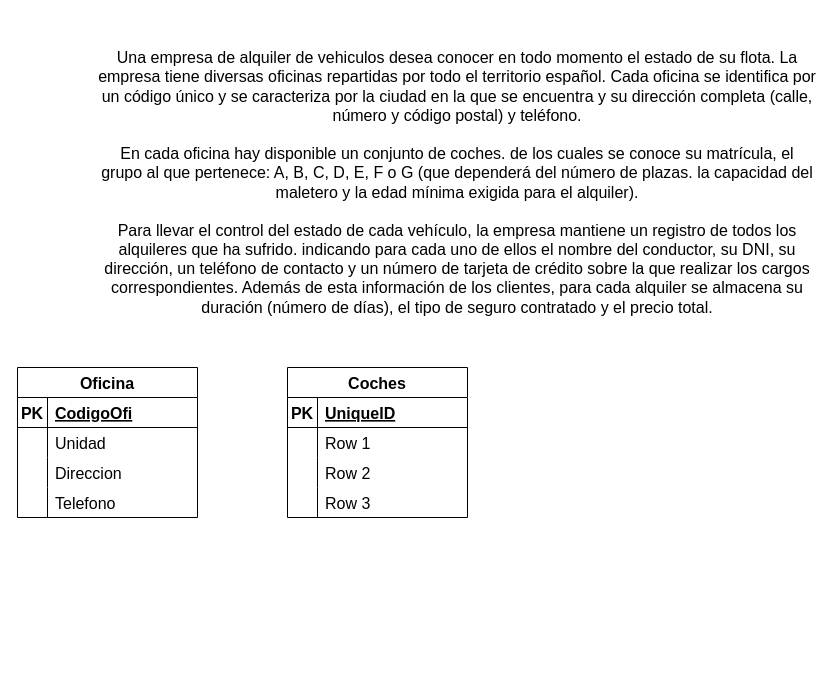
Above: Ejercicios de normalizacion/draw.io/Alquiler de vehiculos.drawio in Creator125/Practicas-BD-Cesde (draw.io), before the change. Source tidied: cells renumbered, new cells numbered last; positions are measured from the earlier drawing's top-left corner, leaving out a move shared by most shapes. Both pictures are drawn from the tidied source at 100%, with x=0, y=0 at pixel (17, 17).
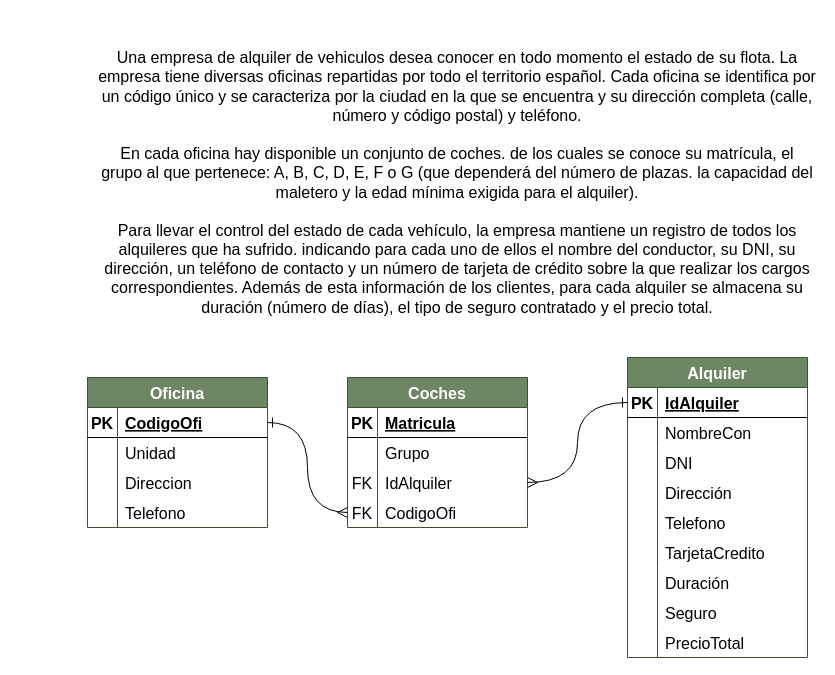
The same diagram, later.

The change refers to these unchanged cells:
```xml
<mxCell id="4" style="shape=tableRow;horizontal=0;startSize=0;swimlaneHead=0;swimlaneBody=0;fillColor=none;points=[[0,0.5],[1,0.5]];portConstraint=eastwest;top=0;left=0;right=0;bottom=1;fontSize=16;" parent="3" vertex="1">
  <mxGeometry y="30" width="180" height="30" as="geometry" />
</mxCell>
<mxCell id="17" style="shape=tableRow;horizontal=0;startSize=0;swimlaneHead=0;swimlaneBody=0;fillColor=none;top=0;left=0;right=0;bottom=1;fontSize=16;" parent="16" vertex="1">
  <mxGeometry y="30" width="180" height="30" as="geometry" />
</mxCell>
<mxCell id="20" style="shape=tableRow;horizontal=0;startSize=0;swimlaneHead=0;swimlaneBody=0;fillColor=none;top=0;left=0;right=0;bottom=0;fontSize=16;" parent="16" vertex="1">
  <mxGeometry y="60" width="180" height="30" as="geometry" />
</mxCell>
```

What changed in the source:
```diff
@@
-    <mxCell id="3" value="Oficina" style="shape=table;startSize=30;childLayout=tableLayout;rowLines=0;fontStyle=1;align=center;fontSize=16;" parent="1" vertex="1">
-      <mxGeometry y="350" width="180" height="150" as="geometry" />
+    <mxCell id="3" value="Oficina" style="shape=table;startSize=30;childLayout=tableLayout;rowLines=0;fontStyle=1;align=center;fontSize=16;fillColor=#6d8764;fontColor=#ffffff;strokeColor=#3A5431;" parent="1" vertex="1">
+      <mxGeometry x="70" y="360" width="180" height="150" as="geometry" />
     </mxCell>
@@
-    <mxCell id="16" value="Coches" style="shape=table;startSize=30;childLayout=tableLayout;rowLines=0;fontStyle=1;align=center;fontSize=16;" parent="1" vertex="1">
-      <mxGeometry x="270" y="350" width="180" height="150" as="geometry" />
+    <mxCell id="16" value="Coches" style="shape=table;startSize=30;childLayout=tableLayout;rowLines=0;fontStyle=1;align=center;fontSize=16;fillColor=#6d8764;fontColor=#ffffff;strokeColor=#3A5431;" parent="1" vertex="1">
+      <mxGeometry x="330" y="360" width="180" height="150" as="geometry" />
     </mxCell>
@@
-    <mxCell id="19" value="UniqueID" style="shape=partialRectangle;fillColor=none;top=0;left=0;bottom=0;right=0;align=left;spacingLeft=6;fontStyle=5;overflow=hidden;fontSize=16;" parent="17" vertex="1">
+    <mxCell id="19" value="Matricula" style="shape=partialRectangle;fillColor=none;top=0;left=0;bottom=0;right=0;align=left;spacingLeft=6;fontStyle=5;overflow=hidden;fontSize=16;" parent="17" vertex="1">
       <mxGeometry x="30" width="150" height="30" as="geometry" />
     </mxCell>
@@
-    <mxCell id="22" value="Row 1" style="shape=partialRectangle;fillColor=none;top=0;left=0;bottom=0;right=0;align=left;spacingLeft=6;overflow=hidden;fontSize=16;" parent="20" vertex="1">
+    <mxCell id="22" value="Grupo" style="shape=partialRectangle;fillColor=none;top=0;left=0;bottom=0;right=0;align=left;spacingLeft=6;overflow=hidden;fontSize=16;" parent="20" vertex="1">
       <mxGeometry x="30" width="150" height="30" as="geometry" />
     </mxCell>
-    <mxCell id="23" style="shape=tableRow;horizontal=0;startSize=0;swimlaneHead=0;swimlaneBody=0;fillColor=none;top=0;left=0;right=0;bottom=0;fontSize=16;" parent="16" vertex="1">
-      <mxGeometry y="90" width="180" height="30" as="geometry" />
-    </mxCell>
-    <mxCell id="24" style="shape=partialRectangle;fillColor=none;top=0;left=0;bottom=0;right=0;overflow=hidden;fontSize=16;" parent="23" vertex="1">
-      <mxGeometry width="30" height="30" as="geometry" />
-    </mxCell>
-    <mxCell id="25" value="Row 2" style="shape=partialRectangle;fillColor=none;top=0;left=0;bottom=0;right=0;align=left;spacingLeft=6;overflow=hidden;fontSize=16;" parent="23" vertex="1">
-      <mxGeometry x="30" width="150" height="30" as="geometry" />
-    </mxCell>
-    <mxCell id="26" style="shape=tableRow;horizontal=0;startSize=0;swimlaneHead=0;swimlaneBody=0;fillColor=none;top=0;left=0;right=0;bottom=0;fontSize=16;" parent="16" vertex="1">
-      <mxGeometry y="120" width="180" height="30" as="geometry" />
-    </mxCell>
-    <mxCell id="27" style="shape=partialRectangle;fillColor=none;top=0;left=0;bottom=0;right=0;overflow=hidden;fontSize=16;" parent="26" vertex="1">
-      <mxGeometry width="30" height="30" as="geometry" />
-    </mxCell>
-    <mxCell id="28" value="Row 3" style="shape=partialRectangle;fillColor=none;top=0;left=0;bottom=0;right=0;align=left;spacingLeft=6;overflow=hidden;fontSize=16;" parent="26" vertex="1">
-      <mxGeometry x="30" width="150" height="30" as="geometry" />
-    </mxCell>
+    <mxCell id="29" style="shape=tableRow;horizontal=0;startSize=0;swimlaneHead=0;swimlaneBody=0;fillColor=none;points=[[0,0.5],[1,0.5]];portConstraint=eastwest;top=0;left=0;right=0;bottom=0;fontSize=16;" parent="16" vertex="1">
+      <mxGeometry y="90" width="180" height="30" as="geometry" />
+    </mxCell>
+    <mxCell id="30" value="FK" style="shape=partialRectangle;fillColor=none;top=0;left=0;bottom=0;right=0;overflow=hidden;fontSize=16;" parent="29" vertex="1">
+      <mxGeometry width="30" height="30" as="geometry" />
+    </mxCell>
+    <mxCell id="31" value="IdAlquiler" style="shape=partialRectangle;fillColor=none;top=0;left=0;bottom=0;right=0;align=left;spacingLeft=6;overflow=hidden;fontSize=16;" parent="29" vertex="1">
+      <mxGeometry x="30" width="150" height="30" as="geometry" />
+    </mxCell>
+    <mxCell id="32" style="shape=tableRow;horizontal=0;startSize=0;swimlaneHead=0;swimlaneBody=0;fillColor=none;points=[[0,0.5],[1,0.5]];portConstraint=eastwest;top=0;left=0;right=0;bottom=0;fontSize=16;" parent="16" vertex="1">
+      <mxGeometry y="120" width="180" height="30" as="geometry" />
+    </mxCell>
+    <mxCell id="33" value="FK" style="shape=partialRectangle;fillColor=none;top=0;left=0;bottom=0;right=0;overflow=hidden;fontSize=16;" parent="32" vertex="1">
+      <mxGeometry width="30" height="30" as="geometry" />
+    </mxCell>
+    <mxCell id="34" value="CodigoOfi" style="shape=partialRectangle;fillColor=none;top=0;left=0;bottom=0;right=0;align=left;spacingLeft=6;overflow=hidden;fontSize=16;" parent="32" vertex="1">
+      <mxGeometry x="30" width="150" height="30" as="geometry" />
+    </mxCell>
+    <mxCell id="35" value="Alquiler" style="shape=table;startSize=30;childLayout=tableLayout;rowLines=0;fontStyle=1;align=center;fontSize=16;fillColor=#6d8764;fontColor=#ffffff;strokeColor=#3A5431;" parent="1" vertex="1">
+      <mxGeometry x="610" y="340" width="180" height="300" as="geometry" />
+    </mxCell>
+    <mxCell id="36" style="shape=tableRow;horizontal=0;startSize=0;swimlaneHead=0;swimlaneBody=0;fillColor=none;points=[[0,0.5],[1,0.5]];portConstraint=eastwest;top=0;left=0;right=0;bottom=1;fontSize=16;" parent="35" vertex="1">
+      <mxGeometry y="30" width="180" height="30" as="geometry" />
+    </mxCell>
+    <mxCell id="37" value="PK" style="shape=partialRectangle;fillColor=none;top=0;left=0;bottom=0;right=0;fontStyle=1;overflow=hidden;fontSize=16;" parent="36" vertex="1">
+      <mxGeometry width="30" height="30" as="geometry" />
+    </mxCell>
+    <mxCell id="38" value="ldAlquiler" style="shape=partialRectangle;fillColor=none;top=0;left=0;bottom=0;right=0;align=left;spacingLeft=6;fontStyle=5;overflow=hidden;fontSize=16;" parent="36" vertex="1">
+      <mxGeometry x="30" width="150" height="30" as="geometry" />
+    </mxCell>
+    <mxCell id="39" style="shape=tableRow;horizontal=0;startSize=0;swimlaneHead=0;swimlaneBody=0;fillColor=none;top=0;left=0;right=0;bottom=0;fontSize=16;" parent="35" vertex="1">
+      <mxGeometry y="60" width="180" height="30" as="geometry" />
+    </mxCell>
+    <mxCell id="40" style="shape=partialRectangle;fillColor=none;top=0;left=0;bottom=0;right=0;overflow=hidden;fontSize=16;" parent="39" vertex="1">
+      <mxGeometry width="30" height="30" as="geometry" />
+    </mxCell>
+    <mxCell id="41" value="NombreCon" style="shape=partialRectangle;fillColor=none;top=0;left=0;bottom=0;right=0;align=left;spacingLeft=6;overflow=hidden;fontSize=16;" parent="39" vertex="1">
+      <mxGeometry x="30" width="150" height="30" as="geometry" />
+    </mxCell>
+    <mxCell id="42" style="shape=tableRow;horizontal=0;startSize=0;swimlaneHead=0;swimlaneBody=0;fillColor=none;top=0;left=0;right=0;bottom=0;fontSize=16;" parent="35" vertex="1">
+      <mxGeometry y="90" width="180" height="30" as="geometry" />
+    </mxCell>
+    <mxCell id="43" style="shape=partialRectangle;fillColor=none;top=0;left=0;bottom=0;right=0;overflow=hidden;fontSize=16;" parent="42" vertex="1">
+      <mxGeometry width="30" height="30" as="geometry" />
+    </mxCell>
+    <mxCell id="44" value="DNI" style="shape=partialRectangle;fillColor=none;top=0;left=0;bottom=0;right=0;align=left;spacingLeft=6;overflow=hidden;fontSize=16;" parent="42" vertex="1">
+      <mxGeometry x="30" width="150" height="30" as="geometry" />
+    </mxCell>
+    <mxCell id="45" style="shape=tableRow;horizontal=0;startSize=0;swimlaneHead=0;swimlaneBody=0;fillColor=none;top=0;left=0;right=0;bottom=0;fontSize=16;" parent="35" vertex="1">
+      <mxGeometry y="120" width="180" height="30" as="geometry" />
+    </mxCell>
+    <mxCell id="46" style="shape=partialRectangle;fillColor=none;top=0;left=0;bottom=0;right=0;overflow=hidden;fontSize=16;" parent="45" vertex="1">
+      <mxGeometry width="30" height="30" as="geometry" />
+    </mxCell>
+    <mxCell id="47" value="Dirección" style="shape=partialRectangle;fillColor=none;top=0;left=0;bottom=0;right=0;align=left;spacingLeft=6;overflow=hidden;fontSize=16;" parent="45" vertex="1">
+      <mxGeometry x="30" width="150" height="30" as="geometry" />
+    </mxCell>
+    <mxCell id="48" style="shape=tableRow;horizontal=0;startSize=0;swimlaneHead=0;swimlaneBody=0;fillColor=none;top=0;left=0;right=0;bottom=0;fontSize=16;" parent="35" vertex="1">
+      <mxGeometry y="150" width="180" height="30" as="geometry" />
+    </mxCell>
+    <mxCell id="49" style="shape=partialRectangle;fillColor=none;top=0;left=0;bottom=0;right=0;overflow=hidden;fontSize=16;" parent="48" vertex="1">
+      <mxGeometry width="30" height="30" as="geometry" />
+    </mxCell>
+    <mxCell id="50" value="Telefono" style="shape=partialRectangle;fillColor=none;top=0;left=0;bottom=0;right=0;align=left;spacingLeft=6;overflow=hidden;fontSize=16;" parent="48" vertex="1">
+      <mxGeometry x="30" width="150" height="30" as="geometry" />
+    </mxCell>
+    <mxCell id="51" style="shape=tableRow;horizontal=0;startSize=0;swimlaneHead=0;swimlaneBody=0;fillColor=none;top=0;left=0;right=0;bottom=0;fontSize=16;" parent="35" vertex="1">
+      <mxGeometry y="180" width="180" height="30" as="geometry" />
+    </mxCell>
+    <mxCell id="52" style="shape=partialRectangle;fillColor=none;top=0;left=0;bottom=0;right=0;overflow=hidden;fontSize=16;" parent="51" vertex="1">
+      <mxGeometry width="30" height="30" as="geometry" />
+    </mxCell>
+    <mxCell id="53" value="TarjetaCredito" style="shape=partialRectangle;fillColor=none;top=0;left=0;bottom=0;right=0;align=left;spacingLeft=6;overflow=hidden;fontSize=16;" parent="51" vertex="1">
+      <mxGeometry x="30" width="150" height="30" as="geometry" />
+    </mxCell>
+    <mxCell id="54" style="shape=tableRow;horizontal=0;startSize=0;swimlaneHead=0;swimlaneBody=0;fillColor=none;top=0;left=0;right=0;bottom=0;fontSize=16;" parent="35" vertex="1">
+      <mxGeometry y="210" width="180" height="30" as="geometry" />
+    </mxCell>
+    <mxCell id="55" style="shape=partialRectangle;fillColor=none;top=0;left=0;bottom=0;right=0;overflow=hidden;fontSize=16;" parent="54" vertex="1">
+      <mxGeometry width="30" height="30" as="geometry" />
+    </mxCell>
+    <mxCell id="56" value="Duración" style="shape=partialRectangle;fillColor=none;top=0;left=0;bottom=0;right=0;align=left;spacingLeft=6;overflow=hidden;fontSize=16;" parent="54" vertex="1">
+      <mxGeometry x="30" width="150" height="30" as="geometry" />
+    </mxCell>
+    <mxCell id="57" style="shape=tableRow;horizontal=0;startSize=0;swimlaneHead=0;swimlaneBody=0;fillColor=none;top=0;left=0;right=0;bottom=0;fontSize=16;" parent="35" vertex="1">
+      <mxGeometry y="240" width="180" height="30" as="geometry" />
+    </mxCell>
+    <mxCell id="58" style="shape=partialRectangle;fillColor=none;top=0;left=0;bottom=0;right=0;overflow=hidden;fontSize=16;" parent="57" vertex="1">
+      <mxGeometry width="30" height="30" as="geometry" />
+    </mxCell>
+    <mxCell id="59" value="Seguro" style="shape=partialRectangle;fillColor=none;top=0;left=0;bottom=0;right=0;align=left;spacingLeft=6;overflow=hidden;fontSize=16;" parent="57" vertex="1">
+      <mxGeometry x="30" width="150" height="30" as="geometry" />
+    </mxCell>
+    <mxCell id="60" style="shape=tableRow;horizontal=0;startSize=0;swimlaneHead=0;swimlaneBody=0;fillColor=none;top=0;left=0;right=0;bottom=0;fontSize=16;" parent="35" vertex="1">
+      <mxGeometry y="270" width="180" height="30" as="geometry" />
+    </mxCell>
+    <mxCell id="61" style="shape=partialRectangle;fillColor=none;top=0;left=0;bottom=0;right=0;overflow=hidden;fontSize=16;" parent="60" vertex="1">
+      <mxGeometry width="30" height="30" as="geometry" />
+    </mxCell>
+    <mxCell id="62" value="PrecioTotal" style="shape=partialRectangle;fillColor=none;top=0;left=0;bottom=0;right=0;align=left;spacingLeft=6;overflow=hidden;fontSize=16;" parent="60" vertex="1">
+      <mxGeometry x="30" width="150" height="30" as="geometry" />
+    </mxCell>
+    <mxCell id="63" style="edgeStyle=orthogonalEdgeStyle;curved=1;rounded=0;jettySize=auto;html=1;entryX=1;entryY=0.5;entryDx=0;entryDy=0;fontSize=12;startSize=8;endSize=8;exitX=0;exitY=0.5;exitDx=0;exitDy=0;startArrow=ERone;startFill=0;endArrow=ERmany;endFill=0;" parent="1" edge="1" source="36" target="29">
+      <mxGeometry relative="1" as="geometry" />
+    </mxCell>
+    <mxCell id="64" style="edgeStyle=orthogonalEdgeStyle;curved=1;rounded=0;jettySize=auto;html=1;entryX=0;entryY=0.5;entryDx=0;entryDy=0;fontSize=12;startArrow=ERone;startFill=0;endArrow=ERmany;endFill=0;startSize=8;endSize=8;" parent="1" edge="1" source="4" target="32">
+      <mxGeometry relative="1" as="geometry" />
+    </mxCell>
```
